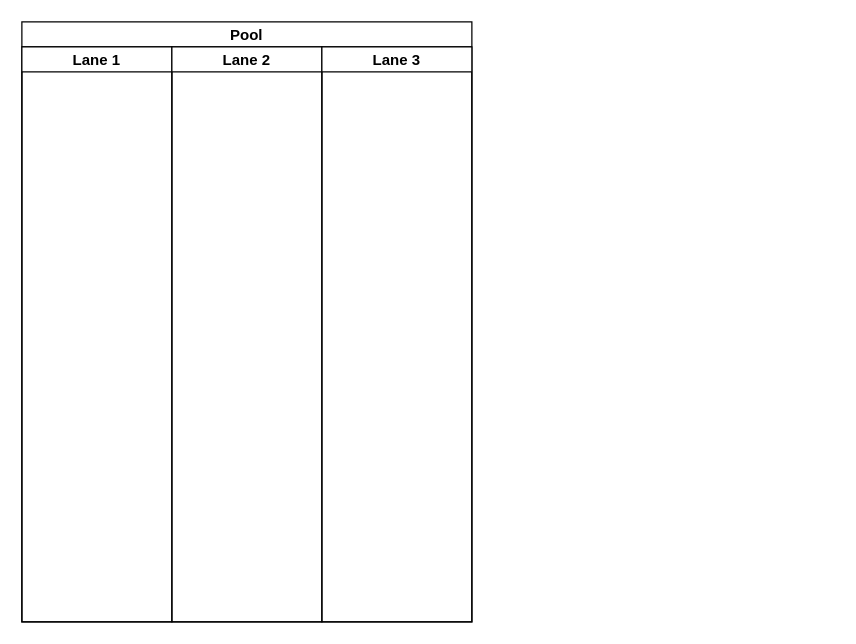
Before: Ejercicio1.drawio in paulaanb/Ordenar, a draw.io diagram. Source tidied: cells renumbered, new cells numbered last; positions are measured from the earlier drawing's top-left corner, leaving out a move shared by most shapes. Both pictures are drawn from the tidied source at 125%, with x=0, y=0 at pixel (21, 21).
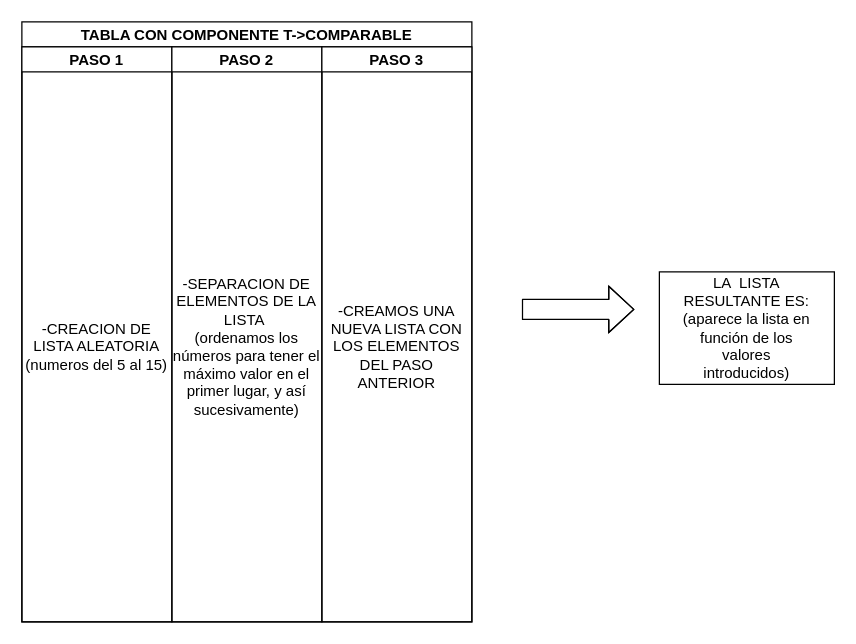
Above is the later version.

Commit message (it also covers changes not shown here):
Primer uml realizado

Change to the diagram source:
```diff
@@
 <mxGraphModel>
   <root>
     <mxCell id="0" />
     <mxCell id="1" parent="0" />
-    <mxCell id="2" value="Pool" style="swimlane;startSize=20;" parent="1" vertex="1">
+    <mxCell id="2" value="TABLA CON COMPONENTE T-&gt;COMPARABLE" style="swimlane;startSize=20;" parent="1" vertex="1">
       <mxGeometry width="360" height="480" as="geometry" />
     </mxCell>
-    <mxCell id="3" value="Lane 1" style="swimlane;startSize=20;" parent="2" vertex="1">
+    <mxCell id="3" value="PASO 1" style="swimlane;startSize=20;" parent="2" vertex="1">
       <mxGeometry y="20" width="120" height="460" as="geometry" />
     </mxCell>
+    <mxCell id="6" value="-CREACION DE LISTA ALEATORIA&lt;br&gt;(numeros del 5&amp;nbsp;al 15)" style="text;html=1;strokeColor=none;fillColor=none;align=center;verticalAlign=middle;whiteSpace=wrap;rounded=0;" parent="3" vertex="1">
+      <mxGeometry y="20" width="120" height="440" as="geometry" />
+    </mxCell>
-    <mxCell id="4" value="Lane 2" style="swimlane;startSize=20;" parent="2" vertex="1">
+    <mxCell id="4" value="PASO 2" style="swimlane;startSize=20;" parent="2" vertex="1">
       <mxGeometry x="120" y="20" width="120" height="460" as="geometry" />
     </mxCell>
-    <mxCell id="5" value="Lane 3" style="swimlane;startSize=20;" parent="2" vertex="1">
+    <mxCell id="5" value="PASO 3" style="swimlane;startSize=20;" parent="2" vertex="1">
       <mxGeometry x="240" y="20" width="120" height="460" as="geometry" />
     </mxCell>
+    <mxCell id="7" value="-CREAMOS UNA NUEVA LISTA CON LOS ELEMENTOS DEL PASO ANTERIOR" style="text;html=1;strokeColor=none;fillColor=none;align=center;verticalAlign=middle;whiteSpace=wrap;rounded=0;" parent="5" vertex="1">
+      <mxGeometry y="20" width="120" height="440" as="geometry" />
+    </mxCell>
+    <mxCell id="8" value="-SEPARACION DE ELEMENTOS DE LA LISTA&amp;nbsp;&lt;br&gt;(ordenamos los números para tener el máximo valor en el primer lugar, y así sucesivamente)" style="text;html=1;strokeColor=none;fillColor=none;align=center;verticalAlign=middle;whiteSpace=wrap;rounded=0;" parent="1" vertex="1">
+      <mxGeometry x="120" y="40" width="120" height="440" as="geometry" />
+    </mxCell>
+    <mxCell id="9" style="shape=flexArrow;endArrow=classic;html=1;width=16;endSize=6.33;" parent="1" edge="1">
+      <mxGeometry relative="1" as="geometry">
+        <mxPoint x="400" y="230" as="sourcePoint" />
+        <mxPoint x="490" y="230" as="targetPoint" />
+        <Array as="points">
+          <mxPoint x="450" y="230" />
+        </Array>
+      </mxGeometry>
+    </mxCell>
+    <mxCell id="10" style="rounded=0;whiteSpace=wrap;html=1;" parent="1" vertex="1">
+      <mxGeometry x="510" y="200" width="140" height="90" as="geometry" />
+    </mxCell>
+    <mxCell id="11" value="LA &amp;nbsp;LISTA RESULTANTE ES:&lt;br&gt;(aparece la lista en función de los valores introducidos)" style="text;html=1;strokeColor=none;fillColor=none;align=center;verticalAlign=middle;whiteSpace=wrap;rounded=0;" parent="1" vertex="1">
+      <mxGeometry x="525" y="220" width="110" height="50" as="geometry" />
+    </mxCell>
   </root>
 </mxGraphModel>
```
